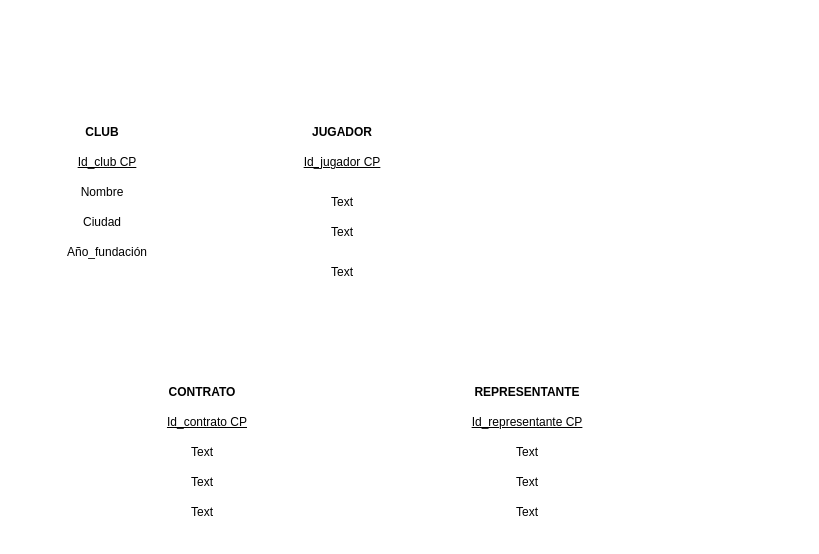
This is DiagramaRelacionalReto.drawio from roulkhir/RetoGrupo6, a draw.io file, before an edit. Source tidied: cells renumbered, new cells numbered last; positions are measured from the earlier drawing's top-left corner, leaving out a move shared by most shapes. Both pictures are drawn from the tidied source at 100%, with x=0, y=0 at pixel (62, 117).
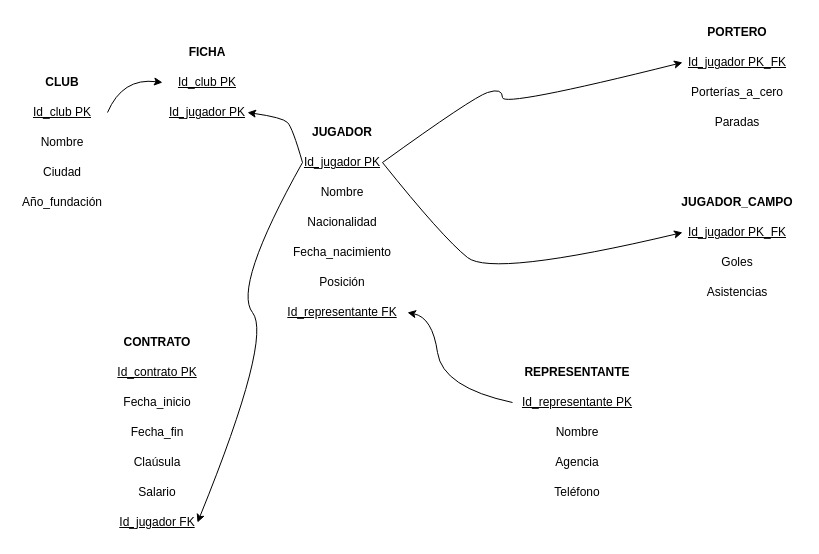
The same page after the edit.

Change to the diagram source:
```diff
@@
     <mxCell id="2" value="&lt;b&gt;CLUB&lt;/b&gt;" style="text;html=1;align=center;verticalAlign=middle;whiteSpace=wrap;rounded=0;" parent="1" vertex="1">
-      <mxGeometry x="10" width="60" height="30" as="geometry" />
+      <mxGeometry x="-35" y="-50" width="70" height="30" as="geometry" />
     </mxCell>
     <mxCell id="3" value="&lt;b&gt;JUGADOR&lt;/b&gt;" style="text;html=1;align=center;verticalAlign=middle;whiteSpace=wrap;rounded=0;" parent="1" vertex="1">
-      <mxGeometry x="250" width="60" height="30" as="geometry" />
+      <mxGeometry x="245" width="70" height="30" as="geometry" />
     </mxCell>
     <mxCell id="4" value="&lt;b&gt;CONTRATO&lt;/b&gt;" style="text;html=1;align=center;verticalAlign=middle;whiteSpace=wrap;rounded=0;" parent="1" vertex="1">
-      <mxGeometry x="100" y="260" width="80" height="30" as="geometry" />
+      <mxGeometry x="60" y="210" width="70" height="30" as="geometry" />
     </mxCell>
     <mxCell id="5" value="&lt;b&gt;REPRESENTANTE&lt;/b&gt;" style="text;html=1;align=center;verticalAlign=middle;whiteSpace=wrap;rounded=0;" parent="1" vertex="1">
-      <mxGeometry x="410" y="260" width="110" height="30" as="geometry" />
+      <mxGeometry x="480" y="240" width="70" height="30" as="geometry" />
     </mxCell>
-    <mxCell id="6" value="&lt;u&gt;Id_club CP&lt;/u&gt;" style="text;html=1;align=center;verticalAlign=middle;whiteSpace=wrap;rounded=0;" parent="1" vertex="1">
-      <mxGeometry y="30" width="90" height="30" as="geometry" />
+    <mxCell id="6" value="&lt;u&gt;Id_club PK&lt;/u&gt;" style="text;html=1;align=center;verticalAlign=middle;whiteSpace=wrap;rounded=0;" parent="1" vertex="1">
+      <mxGeometry x="-45" y="-20" width="90" height="30" as="geometry" />
     </mxCell>
     <mxCell id="7" value="Ciudad" style="text;html=1;align=center;verticalAlign=middle;whiteSpace=wrap;rounded=0;" parent="1" vertex="1">
-      <mxGeometry x="10" y="90" width="60" height="30" as="geometry" />
+      <mxGeometry x="-30" y="40" width="60" height="30" as="geometry" />
     </mxCell>
-    <mxCell id="8" value="Text" style="text;html=1;align=center;verticalAlign=middle;whiteSpace=wrap;rounded=0;" parent="1" vertex="1">
-      <mxGeometry x="250" y="140" width="60" height="30" as="geometry" />
+    <mxCell id="8" value="Fecha_nacimiento" style="text;html=1;align=center;verticalAlign=middle;whiteSpace=wrap;rounded=0;" parent="1" vertex="1">
+      <mxGeometry x="220" y="120" width="120" height="30" as="geometry" />
     </mxCell>
-    <mxCell id="9" value="Text" style="text;html=1;align=center;verticalAlign=middle;whiteSpace=wrap;rounded=0;" parent="1" vertex="1">
-      <mxGeometry x="250" y="100" width="60" height="30" as="geometry" />
+    <mxCell id="9" value="Nacionalidad" style="text;html=1;align=center;verticalAlign=middle;whiteSpace=wrap;rounded=0;" parent="1" vertex="1">
+      <mxGeometry x="250" y="90" width="60" height="30" as="geometry" />
     </mxCell>
-    <mxCell id="10" value="Text" style="text;html=1;align=center;verticalAlign=middle;whiteSpace=wrap;rounded=0;" parent="1" vertex="1">
-      <mxGeometry x="250" y="70" width="60" height="30" as="geometry" />
+    <mxCell id="10" value="Nombre" style="text;html=1;align=center;verticalAlign=middle;whiteSpace=wrap;rounded=0;" parent="1" vertex="1">
+      <mxGeometry x="250" y="60" width="60" height="30" as="geometry" />
     </mxCell>
-    <mxCell id="11" value="Text" style="text;html=1;align=center;verticalAlign=middle;whiteSpace=wrap;rounded=0;" parent="1" vertex="1">
-      <mxGeometry x="435" y="380" width="60" height="30" as="geometry" />
+    <mxCell id="11" value="Teléfono" style="text;html=1;align=center;verticalAlign=middle;whiteSpace=wrap;rounded=0;" parent="1" vertex="1">
+      <mxGeometry x="485" y="360" width="60" height="30" as="geometry" />
     </mxCell>
-    <mxCell id="12" value="Text" style="text;html=1;align=center;verticalAlign=middle;whiteSpace=wrap;rounded=0;" parent="1" vertex="1">
-      <mxGeometry x="110" y="380" width="60" height="30" as="geometry" />
+    <mxCell id="12" value="Salario" style="text;html=1;align=center;verticalAlign=middle;whiteSpace=wrap;rounded=0;" parent="1" vertex="1">
+      <mxGeometry x="65" y="360" width="60" height="30" as="geometry" />
     </mxCell>
-    <mxCell id="13" value="Text" style="text;html=1;align=center;verticalAlign=middle;whiteSpace=wrap;rounded=0;" parent="1" vertex="1">
-      <mxGeometry x="435" y="350" width="60" height="30" as="geometry" />
+    <mxCell id="13" value="Agencia" style="text;html=1;align=center;verticalAlign=middle;whiteSpace=wrap;rounded=0;" parent="1" vertex="1">
+      <mxGeometry x="485" y="330" width="60" height="30" as="geometry" />
     </mxCell>
-    <mxCell id="14" value="Text" style="text;html=1;align=center;verticalAlign=middle;whiteSpace=wrap;rounded=0;" parent="1" vertex="1">
-      <mxGeometry x="110" y="350" width="60" height="30" as="geometry" />
+    <mxCell id="14" value="Claúsula" style="text;html=1;align=center;verticalAlign=middle;whiteSpace=wrap;rounded=0;" parent="1" vertex="1">
+      <mxGeometry x="65" y="330" width="60" height="30" as="geometry" />
     </mxCell>
-    <mxCell id="15" value="Text" style="text;html=1;align=center;verticalAlign=middle;whiteSpace=wrap;rounded=0;" parent="1" vertex="1">
-      <mxGeometry x="435" y="320" width="60" height="30" as="geometry" />
+    <mxCell id="15" value="Nombre" style="text;html=1;align=center;verticalAlign=middle;whiteSpace=wrap;rounded=0;" parent="1" vertex="1">
+      <mxGeometry x="485" y="300" width="60" height="30" as="geometry" />
     </mxCell>
-    <mxCell id="16" value="Text" style="text;html=1;align=center;verticalAlign=middle;whiteSpace=wrap;rounded=0;" parent="1" vertex="1">
-      <mxGeometry x="110" y="320" width="60" height="30" as="geometry" />
+    <mxCell id="16" value="Fecha_inicio" style="text;html=1;align=center;verticalAlign=middle;whiteSpace=wrap;rounded=0;" parent="1" vertex="1">
+      <mxGeometry x="55" y="270" width="80" height="30" as="geometry" />
     </mxCell>
-    <mxCell id="17" value="&lt;u&gt;Id_jugador CP&lt;/u&gt;" style="text;html=1;align=center;verticalAlign=middle;whiteSpace=wrap;rounded=0;" parent="1" vertex="1">
+    <mxCell id="17" value="&lt;u&gt;Id_jugador PK&lt;/u&gt;" style="text;html=1;align=center;verticalAlign=middle;whiteSpace=wrap;rounded=0;" parent="1" vertex="1">
       <mxGeometry x="240" y="30" width="80" height="30" as="geometry" />
     </mxCell>
-    <mxCell id="18" value="&lt;u&gt;Id_representante CP&lt;/u&gt;" style="text;html=1;align=center;verticalAlign=middle;whiteSpace=wrap;rounded=0;" parent="1" vertex="1">
-      <mxGeometry x="400" y="290" width="130" height="30" as="geometry" />
+    <mxCell id="18" value="&lt;u&gt;Id_representante PK&lt;/u&gt;" style="text;html=1;align=center;verticalAlign=middle;whiteSpace=wrap;rounded=0;" parent="1" vertex="1">
+      <mxGeometry x="450" y="270" width="130" height="30" as="geometry" />
     </mxCell>
-    <mxCell id="19" value="&lt;u&gt;Id_contrato CP&lt;/u&gt;" style="text;html=1;align=center;verticalAlign=middle;whiteSpace=wrap;rounded=0;" parent="1" vertex="1">
-      <mxGeometry x="100" y="290" width="90" height="30" as="geometry" />
+    <mxCell id="19" value="&lt;u&gt;Id_contrato PK&lt;/u&gt;" style="text;html=1;align=center;verticalAlign=middle;whiteSpace=wrap;rounded=0;" parent="1" vertex="1">
+      <mxGeometry x="50" y="240" width="90" height="30" as="geometry" />
     </mxCell>
     <mxCell id="20" value="Año_fundación" style="text;html=1;align=center;verticalAlign=middle;whiteSpace=wrap;rounded=0;" parent="1" vertex="1">
-      <mxGeometry x="5" y="120" width="80" height="30" as="geometry" />
+      <mxGeometry x="-40" y="70" width="80" height="30" as="geometry" />
     </mxCell>
     <mxCell id="21" value="Nombre" style="text;html=1;align=center;verticalAlign=middle;whiteSpace=wrap;rounded=0;" parent="1" vertex="1">
-      <mxGeometry x="10" y="60" width="60" height="30" as="geometry" />
+      <mxGeometry x="-30" y="10" width="60" height="30" as="geometry" />
     </mxCell>
+    <mxCell id="22" value="Fecha_fin" style="text;html=1;align=center;verticalAlign=middle;whiteSpace=wrap;rounded=0;" parent="1" vertex="1">
+      <mxGeometry x="55" y="300" width="80" height="30" as="geometry" />
+    </mxCell>
+    <mxCell id="23" value="Posición" style="text;html=1;align=center;verticalAlign=middle;whiteSpace=wrap;rounded=0;" parent="1" vertex="1">
+      <mxGeometry x="250" y="150" width="60" height="30" as="geometry" />
+    </mxCell>
+    <mxCell id="24" value="&lt;u&gt;Id_representante FK&lt;/u&gt;" style="text;html=1;align=center;verticalAlign=middle;whiteSpace=wrap;rounded=0;" parent="1" vertex="1">
+      <mxGeometry x="215" y="180" width="130" height="30" as="geometry" />
+    </mxCell>
+    <mxCell id="25" value="&lt;u&gt;Id_jugador FK&lt;/u&gt;" style="text;html=1;align=center;verticalAlign=middle;whiteSpace=wrap;rounded=0;" parent="1" vertex="1">
+      <mxGeometry x="55" y="390" width="80" height="30" as="geometry" />
+    </mxCell>
+    <mxCell id="26" value="&lt;b&gt;PORTERO&lt;/b&gt;" style="text;html=1;align=center;verticalAlign=middle;whiteSpace=wrap;rounded=0;" parent="1" vertex="1">
+      <mxGeometry x="640" y="-100" width="70" height="30" as="geometry" />
+    </mxCell>
+    <mxCell id="27" value="&lt;b&gt;JUGADOR_CAMPO&lt;/b&gt;" style="text;html=1;align=center;verticalAlign=middle;whiteSpace=wrap;rounded=0;" parent="1" vertex="1">
+      <mxGeometry x="610" y="70" width="130" height="30" as="geometry" />
+    </mxCell>
+    <mxCell id="28" value="&lt;u&gt;Id_jugador PK_FK&lt;/u&gt;" style="text;html=1;align=center;verticalAlign=middle;whiteSpace=wrap;rounded=0;" parent="1" vertex="1">
+      <mxGeometry x="620" y="-70" width="110" height="30" as="geometry" />
+    </mxCell>
+    <mxCell id="29" value="&lt;u&gt;Id_jugador PK_FK&lt;/u&gt;" style="text;html=1;align=center;verticalAlign=middle;whiteSpace=wrap;rounded=0;" parent="1" vertex="1">
+      <mxGeometry x="620" y="100" width="110" height="30" as="geometry" />
+    </mxCell>
+    <mxCell id="30" value="Porterías_a_cero" style="text;html=1;align=center;verticalAlign=middle;whiteSpace=wrap;rounded=0;" parent="1" vertex="1">
+      <mxGeometry x="620" y="-40" width="110" height="30" as="geometry" />
+    </mxCell>
+    <mxCell id="31" value="Paradas" style="text;html=1;align=center;verticalAlign=middle;whiteSpace=wrap;rounded=0;" parent="1" vertex="1">
+      <mxGeometry x="645" y="-10" width="60" height="30" as="geometry" />
+    </mxCell>
+    <mxCell id="32" value="Goles" style="text;html=1;align=center;verticalAlign=middle;whiteSpace=wrap;rounded=0;" parent="1" vertex="1">
+      <mxGeometry x="645" y="130" width="60" height="30" as="geometry" />
+    </mxCell>
+    <mxCell id="33" value="Asistencias" style="text;html=1;align=center;verticalAlign=middle;whiteSpace=wrap;rounded=0;" parent="1" vertex="1">
+      <mxGeometry x="645" y="160" width="60" height="30" as="geometry" />
+    </mxCell>
+    <mxCell id="34" style="curved=1;endArrow=classic;html=1;rounded=0;exitX=1;exitY=0.5;exitDx=0;exitDy=0;entryX=0;entryY=0.5;entryDx=0;entryDy=0;" parent="1" edge="1" source="17" target="28">
+      <mxGeometry relative="1" as="geometry">
+        <Array as="points">
+          <mxPoint x="410" y="-20" />
+          <mxPoint x="440" y="-30" />
+          <mxPoint x="440" y="-10" />
+        </Array>
+      </mxGeometry>
+    </mxCell>
+    <mxCell id="35" style="curved=1;endArrow=classic;html=1;rounded=0;exitX=1;exitY=0.5;exitDx=0;exitDy=0;entryX=0;entryY=0.5;entryDx=0;entryDy=0;" parent="1" edge="1" source="17" target="29">
+      <mxGeometry relative="1" as="geometry">
+        <Array as="points">
+          <mxPoint x="380" y="120" />
+          <mxPoint x="430" y="160" />
+        </Array>
+      </mxGeometry>
+    </mxCell>
+    <mxCell id="36" style="curved=1;endArrow=classic;html=1;rounded=0;exitX=0;exitY=0.5;exitDx=0;exitDy=0;entryX=1;entryY=0.5;entryDx=0;entryDy=0;" parent="1" edge="1" source="18" target="24">
+      <mxGeometry relative="1" as="geometry">
+        <Array as="points">
+          <mxPoint x="380" y="270" />
+          <mxPoint x="370" y="200" />
+        </Array>
+      </mxGeometry>
+    </mxCell>
+    <mxCell id="37" value="&lt;b&gt;FICHA&lt;/b&gt;" style="text;html=1;align=center;verticalAlign=middle;whiteSpace=wrap;rounded=0;" parent="1" vertex="1">
+      <mxGeometry x="110" y="-80" width="70" height="30" as="geometry" />
+    </mxCell>
+    <mxCell id="38" value="&lt;u&gt;Id_club PK&lt;/u&gt;" style="text;html=1;align=center;verticalAlign=middle;whiteSpace=wrap;rounded=0;" parent="1" vertex="1">
+      <mxGeometry x="100" y="-50" width="90" height="30" as="geometry" />
+    </mxCell>
+    <mxCell id="39" value="&lt;u&gt;Id_jugador PK&lt;/u&gt;" style="text;html=1;align=center;verticalAlign=middle;whiteSpace=wrap;rounded=0;" parent="1" vertex="1">
+      <mxGeometry x="105" y="-20" width="80" height="30" as="geometry" />
+    </mxCell>
+    <mxCell id="40" style="curved=1;endArrow=classic;html=1;rounded=0;exitX=1;exitY=0.5;exitDx=0;exitDy=0;entryX=0;entryY=0.5;entryDx=0;entryDy=0;" parent="1" edge="1" source="6" target="38">
+      <mxGeometry relative="1" as="geometry">
+        <Array as="points">
+          <mxPoint x="60" y="-40" />
+        </Array>
+      </mxGeometry>
+    </mxCell>
+    <mxCell id="41" style="curved=1;endArrow=classic;html=1;rounded=0;entryX=1;entryY=0.5;entryDx=0;entryDy=0;exitX=0;exitY=0.5;exitDx=0;exitDy=0;" parent="1" edge="1" source="17" target="39">
+      <mxGeometry relative="1" as="geometry">
+        <Array as="points">
+          <mxPoint x="230" y="10" />
+          <mxPoint x="220" />
+        </Array>
+      </mxGeometry>
+    </mxCell>
+    <mxCell id="42" style="curved=1;endArrow=classic;html=1;rounded=0;exitX=0;exitY=0.5;exitDx=0;exitDy=0;entryX=1;entryY=0.5;entryDx=0;entryDy=0;" parent="1" edge="1" source="17" target="25">
+      <mxGeometry relative="1" as="geometry">
+        <Array as="points">
+          <mxPoint x="170" y="170" />
+          <mxPoint x="210" y="220" />
+        </Array>
+      </mxGeometry>
+    </mxCell>
```
